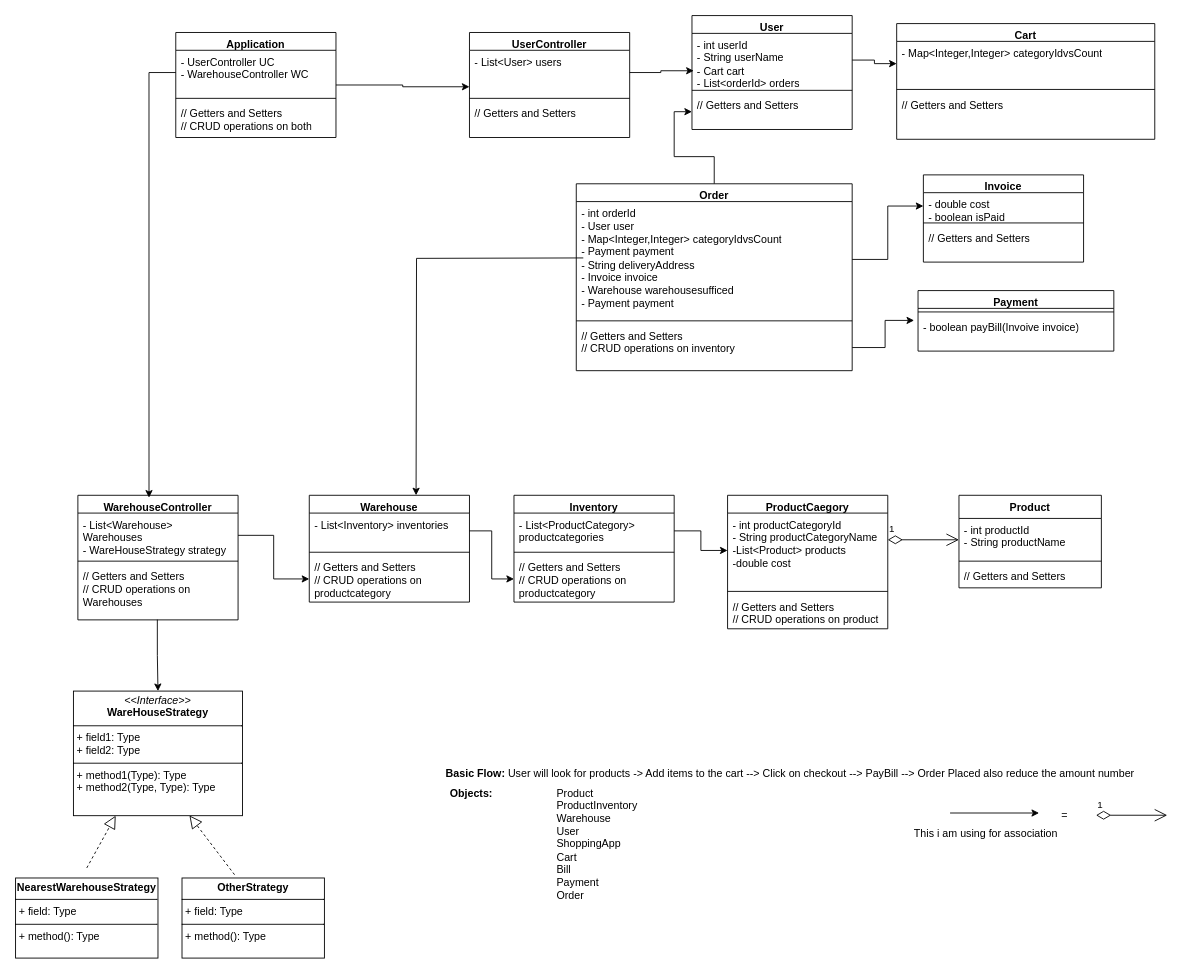
This is InventoryManagementSystemLLM.drawio from Jayant203/Programming-questions, a draw.io file, before an edit. Source tidied: cells renumbered, new cells numbered last; positions are measured from the earlier drawing's top-left corner, leaving out a move shared by most shapes. Both pictures are drawn from the tidied source at 89%, with x=0, y=0 at pixel (15, 15).
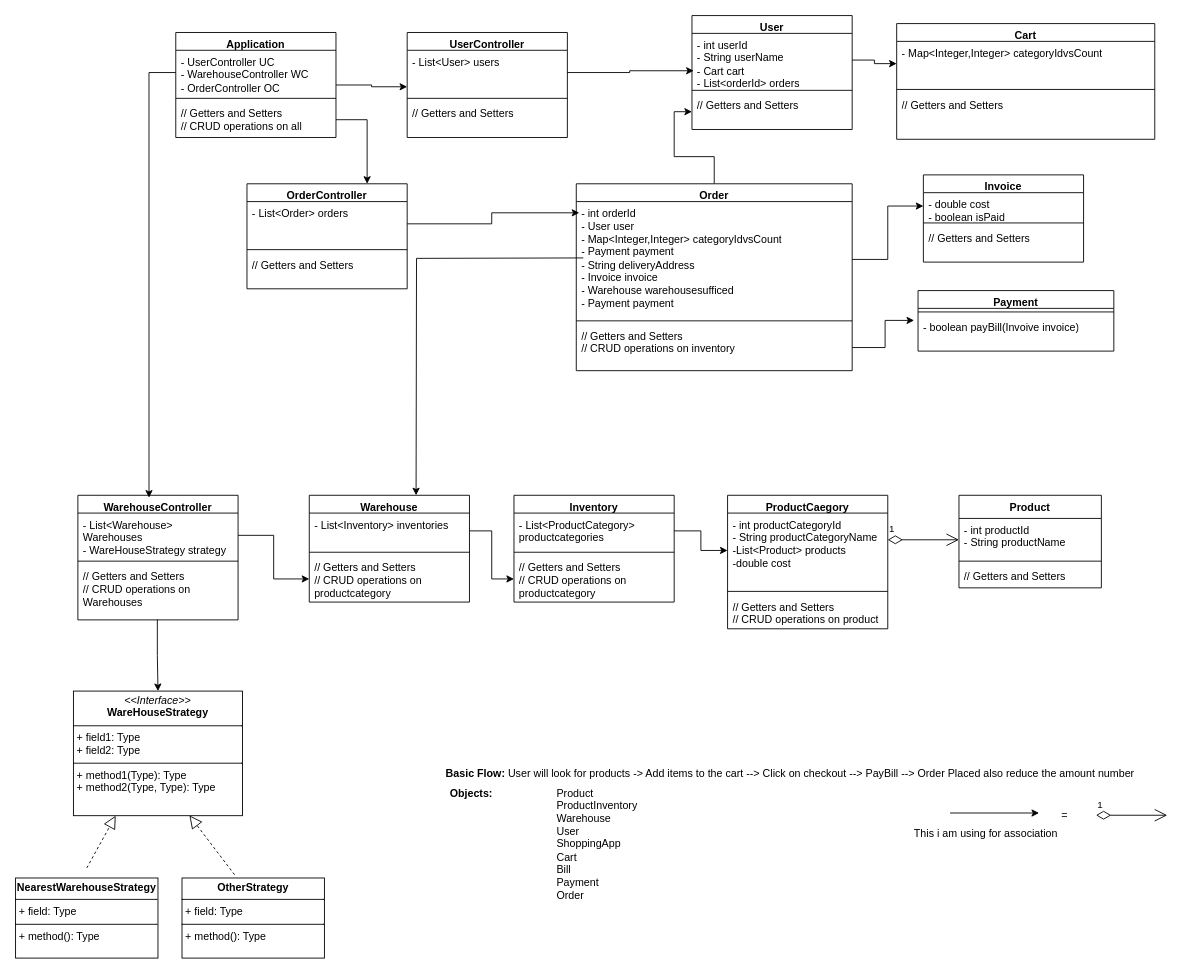
The same diagram, later.

The change refers to these unchanged cells:
```xml
<mxCell id="46" value="Application" style="swimlane;fontStyle=1;align=center;verticalAlign=top;horizontal=1;startSize=20;whiteSpace=wrap;html=1;" parent="1" vertex="1">
  <mxGeometry x="180" y="19" width="180" height="118" as="geometry" />
</mxCell>
<mxCell id="60" value="&lt;div&gt;- int orderId&lt;/div&gt;&lt;div&gt;- User user&lt;/div&gt;&lt;div&gt;- Map&amp;lt;Integer,Integer&amp;gt; categoryIdvsCount&lt;/div&gt;&lt;div&gt;- Payment payment&lt;/div&gt;&lt;div&gt;- String deliveryAddress&lt;/div&gt;&lt;div&gt;- Invoice invoice&lt;/div&gt;&lt;div&gt;- Warehouse warehousesufficed&lt;/div&gt;&lt;div&gt;- Payment payment&lt;/div&gt;&lt;div&gt;&lt;br&gt;&lt;/div&gt;" style="text;strokeColor=none;fillColor=none;align=left;verticalAlign=top;spacingLeft=4;spacingRight=4;overflow=hidden;points=[[0,0.5],[1,0.5]];portConstraint=eastwest;whiteSpace=wrap;html=1;" parent="59" vertex="1">
  <mxGeometry y="20" width="310" height="130" as="geometry" />
</mxCell>
```

Change to the diagram source:
```diff
@@
     <mxCell id="41" value="UserController" style="swimlane;fontStyle=1;align=center;verticalAlign=top;horizontal=1;startSize=20;whiteSpace=wrap;html=1;" parent="1" vertex="1">
-      <mxGeometry x="510" y="19" width="180" height="118" as="geometry" />
+      <mxGeometry x="440" y="19" width="180" height="118" as="geometry" />
     </mxCell>
@@
-    <mxCell id="47" value="&lt;div&gt;- UserController UC&lt;/div&gt;&lt;div&gt;- WarehouseController WC&lt;/div&gt;" style="text;strokeColor=none;fillColor=none;align=left;verticalAlign=top;spacingLeft=4;spacingRight=4;overflow=hidden;points=[[0,0.5],[1,0.5]];portConstraint=eastwest;whiteSpace=wrap;html=1;" parent="46" vertex="1">
+    <mxCell id="47" value="&lt;div&gt;- UserController UC&lt;/div&gt;&lt;div&gt;- WarehouseController WC&lt;/div&gt;&lt;div&gt;- OrderController OC&lt;/div&gt;" style="text;strokeColor=none;fillColor=none;align=left;verticalAlign=top;spacingLeft=4;spacingRight=4;overflow=hidden;points=[[0,0.5],[1,0.5]];portConstraint=eastwest;whiteSpace=wrap;html=1;" parent="46" vertex="1">
       <mxGeometry y="20" width="180" height="50" as="geometry" />
     </mxCell>
@@
-    <mxCell id="49" value="// Getters and Setters&lt;div&gt;// CRUD operations on both&lt;/div&gt;" style="text;strokeColor=none;fillColor=none;align=left;verticalAlign=top;spacingLeft=4;spacingRight=4;overflow=hidden;points=[[0,0.5],[1,0.5]];portConstraint=eastwest;whiteSpace=wrap;html=1;" parent="46" vertex="1">
+    <mxCell id="49" value="// Getters and Setters&lt;div&gt;// CRUD operations on all&lt;/div&gt;" style="text;strokeColor=none;fillColor=none;align=left;verticalAlign=top;spacingLeft=4;spacingRight=4;overflow=hidden;points=[[0,0.5],[1,0.5]];portConstraint=eastwest;whiteSpace=wrap;html=1;" parent="46" vertex="1">
       <mxGeometry y="78" width="180" height="40" as="geometry" />
     </mxCell>
@@
+    <mxCell id="74" value="OrderController" style="swimlane;fontStyle=1;align=center;verticalAlign=top;horizontal=1;startSize=20;whiteSpace=wrap;html=1;" parent="1" vertex="1">
+      <mxGeometry x="260" y="189" width="180" height="118" as="geometry" />
+    </mxCell>
+    <mxCell id="75" value="&lt;div&gt;- List&amp;lt;Order&amp;gt; orders&lt;/div&gt;" style="text;strokeColor=none;fillColor=none;align=left;verticalAlign=top;spacingLeft=4;spacingRight=4;overflow=hidden;points=[[0,0.5],[1,0.5]];portConstraint=eastwest;whiteSpace=wrap;html=1;" parent="74" vertex="1">
+      <mxGeometry y="20" width="180" height="50" as="geometry" />
+    </mxCell>
+    <mxCell id="76" style="line;strokeWidth=1;fillColor=none;align=left;verticalAlign=middle;spacingTop=-1;spacingLeft=3;spacingRight=3;labelPosition=right;strokeColor=inherit;" parent="74" vertex="1">
+      <mxGeometry y="70" width="180" height="8" as="geometry" />
+    </mxCell>
+    <mxCell id="77" value="// Getters and Setters&lt;div&gt;&lt;br&gt;&lt;/div&gt;" style="text;strokeColor=none;fillColor=none;align=left;verticalAlign=top;spacingLeft=4;spacingRight=4;overflow=hidden;whiteSpace=wrap;html=1;" parent="74" vertex="1">
+      <mxGeometry y="78" width="180" height="40" as="geometry" />
+    </mxCell>
+    <mxCell id="78" style="edgeStyle=orthogonalEdgeStyle;rounded=0;jettySize=auto;html=1;entryX=0.011;entryY=0.097;entryDx=0;entryDy=0;entryPerimeter=0;" parent="1" edge="1" source="75" target="60">
+      <mxGeometry relative="1" as="geometry" />
+    </mxCell>
+    <mxCell id="79" style="edgeStyle=orthogonalEdgeStyle;rounded=0;jettySize=auto;html=1;entryX=0.75;entryY=0;entryDx=0;entryDy=0;" parent="1" edge="1" source="49" target="74">
+      <mxGeometry relative="1" as="geometry" />
+    </mxCell>
```
